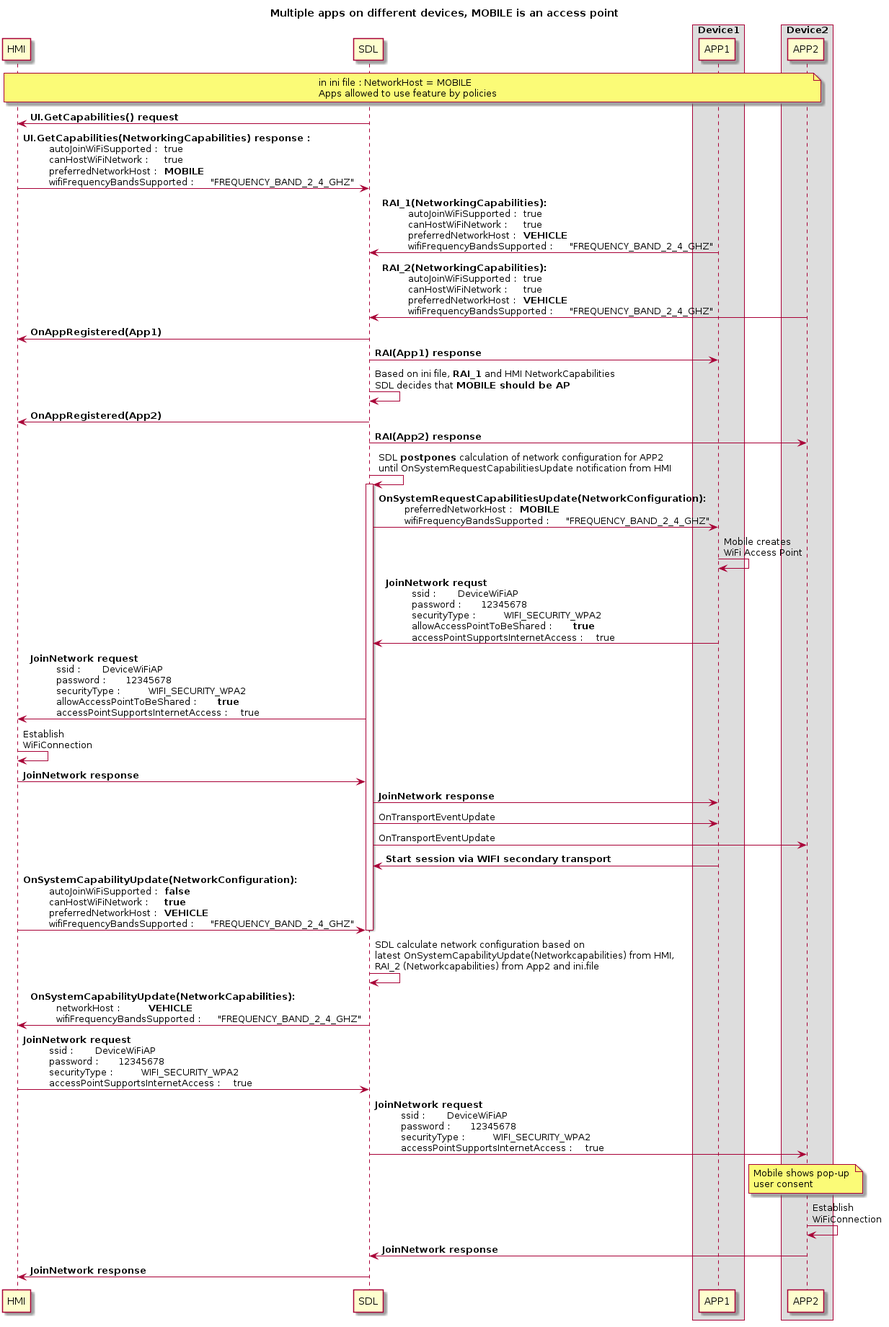
smartdevicelink/sdl_evolution keeps this PlantUML diagram as assets/proposals/0245-sharing-wifi-ssid-and-password/mobile_access_point_multidev_externalhost.png. Above is the earlier version.
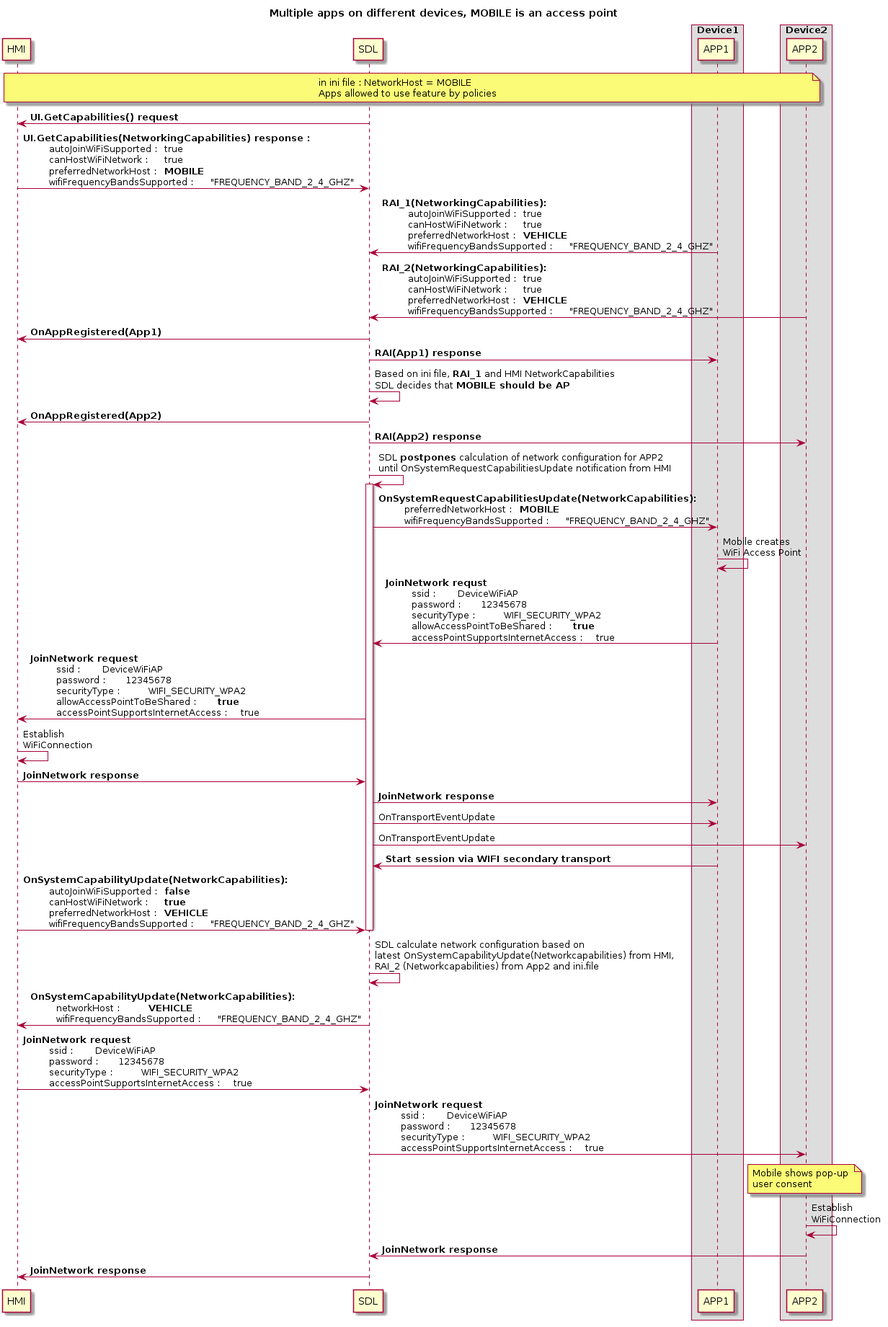
Above is the later version.

The edit, as a diff of the source:
```diff
@@ -1,4 +1,4 @@
-@startuml ../assets/proposals/0245-sharing-wifi-ssid-and-password/mobile_access_point_multidev_externalhost
+@startuml
 !pragma teoz true
 
 title Multiple apps on different devices, MOBILE is an access point
@@ -32,7 +32,7 @@
 SDL -> SDL : SDL **postpones** calculation of network configuration for APP2\nuntil OnSystemRequestCapabilitiesUpdate notification from HMI
 activate SDL
 
-SDL -> APP1:  <b>OnSystemRequestCapabilitiesUpdate(NetworkConfiguration): \n\t preferredNetworkHost : \t **MOBILE**\n\t wifiFrequencyBandsSupported : \t "FREQUENCY_BAND_2_4_GHZ"
+SDL -> APP1:  <b>OnSystemRequestCapabilitiesUpdate(NetworkCapabilities): \n\t preferredNetworkHost : \t **MOBILE**\n\t wifiFrequencyBandsSupported : \t "FREQUENCY_BAND_2_4_GHZ"
 
 APP1 -> APP1 : Mobile creates \nWiFi Access Point
 
@@ -49,7 +49,7 @@
 SDL-> APP2 : OnTransportEventUpdate
 APP1 -> SDL : <b>Start session via WIFI secondary transport
 
-HMI -> SDL:  <b>OnSystemCapabilityUpdate(NetworkConfiguration): \n\t autoJoinWiFiSupported : \t **false** \n\t canHostWiFiNetwork : \t **true**  \n\t preferredNetworkHost : \t **VEHICLE** \n\t wifiFrequencyBandsSupported : \t "FREQUENCY_BAND_2_4_GHZ"
+HMI -> SDL:  <b>OnSystemCapabilityUpdate(NetworkCapabilities): \n\t autoJoinWiFiSupported : \t **false** \n\t canHostWiFiNetwork : \t **true**  \n\t preferredNetworkHost : \t **VEHICLE** \n\t wifiFrequencyBandsSupported : \t "FREQUENCY_BAND_2_4_GHZ"
 
 deactivate SDL
 
```
